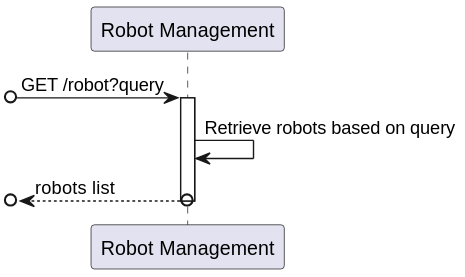
Before: docs/US/ID-390/SD Lv1.svg, a diagram exported from PlantUML (winqus/RobDroneGo). Source of this version:
```plantuml
@startuml SD Lv1

participant "Robot Management" as system

[o-> system : GET /robot?query
activate system

system -> system : Retrieve robots based on query
[o<--o system : robots list

deactivate system

@enduml
```
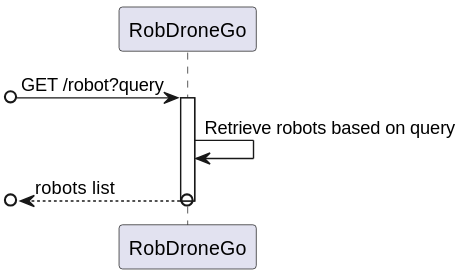
After the change.

Diff of the diagram source:
```diff
@@ -1,6 +1,6 @@
 @startuml SD Lv1
 
-participant "Robot Management" as system
+participant "RobDroneGo" as system
 
 [o-> system : GET /robot?query
 activate system
```
